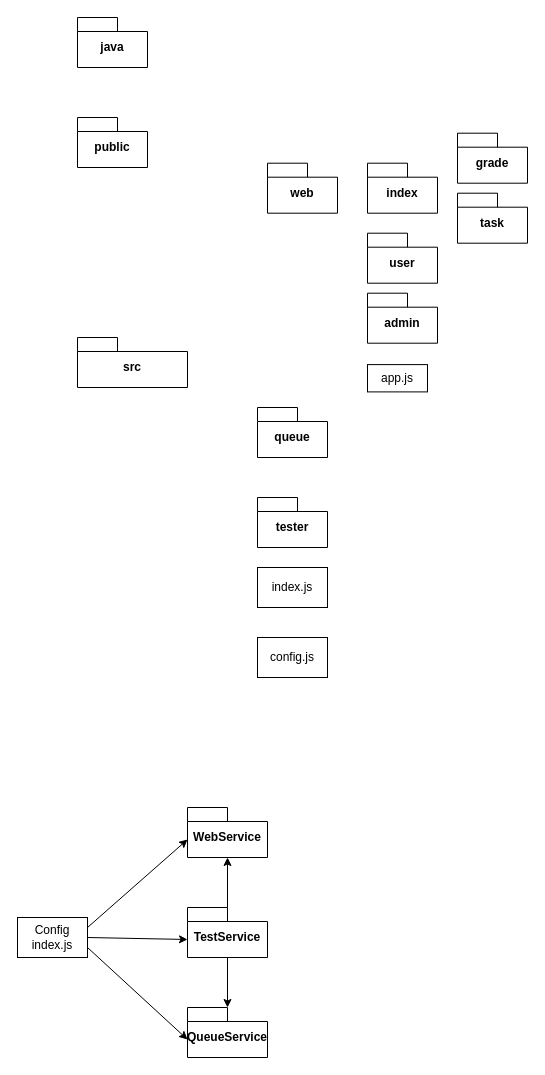
This is docs/diagrams/app.drawio from Plebicek/CodeTester, a draw.io file, before an edit. Source tidied: cells renumbered, new cells numbered last; positions are measured from the earlier drawing's top-left corner, leaving out a move shared by most shapes. Both pictures are drawn from the tidied source at 100%, with x=0, y=0 at pixel (17, 17).
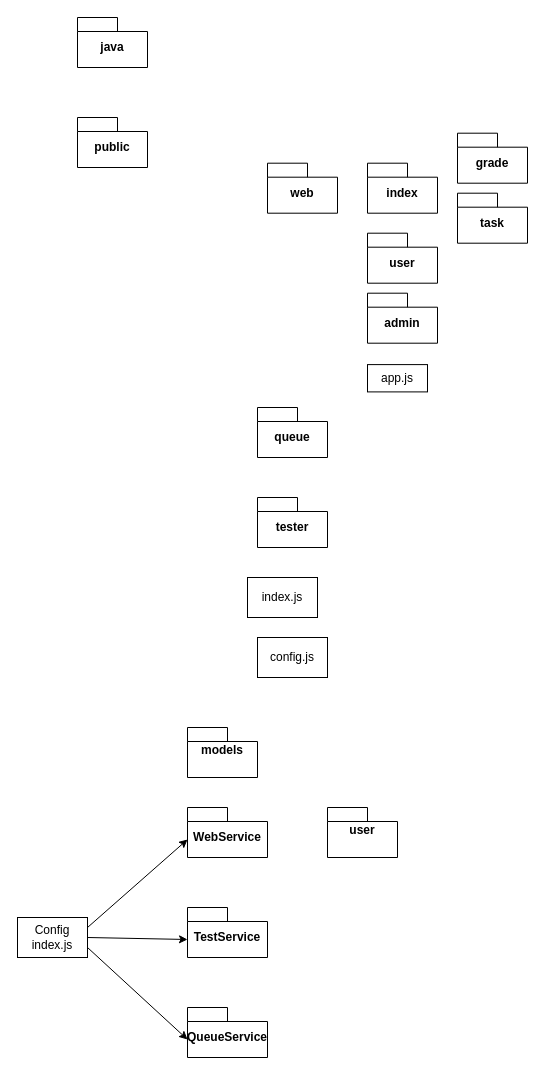
After the change.

The change refers to these unchanged cells:
```xml
<mxCell id="5" value="TestService" style="shape=folder;fontStyle=1;spacingTop=10;tabWidth=40;tabHeight=14;tabPosition=left;html=1;whiteSpace=wrap;" parent="1" vertex="1">
  <mxGeometry x="170" y="890" width="80" height="50" as="geometry" />
</mxCell>
<mxCell id="18" value="WebService" style="shape=folder;fontStyle=1;spacingTop=10;tabWidth=40;tabHeight=14;tabPosition=left;html=1;whiteSpace=wrap;" parent="1" vertex="1">
  <mxGeometry x="170" y="790" width="80" height="50" as="geometry" />
</mxCell>
<mxCell id="21" value="QueueService" style="shape=folder;fontStyle=1;spacingTop=10;tabWidth=40;tabHeight=14;tabPosition=left;html=1;whiteSpace=wrap;" parent="1" vertex="1">
  <mxGeometry x="170" y="990" width="80" height="50" as="geometry" />
</mxCell>
```

Change to the diagram source:
```diff
@@
-    <mxCell id="2" value="src" style="shape=folder;fontStyle=1;spacingTop=10;tabWidth=40;tabHeight=14;tabPosition=left;html=1;whiteSpace=wrap;" parent="1" vertex="1">
-      <mxGeometry x="60" y="320" width="110" height="50" as="geometry" />
-    </mxCell>
@@
     <mxCell id="7" value="index.js" style="html=1;whiteSpace=wrap;" parent="1" vertex="1">
-      <mxGeometry x="240" y="550" width="70" height="40" as="geometry" />
+      <mxGeometry x="230" y="560" width="70" height="40" as="geometry" />
     </mxCell>
@@
-    <mxCell id="22" style="edgeStyle=orthogonalEdgeStyle;rounded=0;jettySize=auto;html=1;exitX=0;exitY=0;exitDx=40;exitDy=0;exitPerimeter=0;entryX=0.5;entryY=1;entryDx=0;entryDy=0;entryPerimeter=0;" parent="1" edge="1" source="5" target="18">
-      <mxGeometry relative="1" as="geometry" />
-    </mxCell>
-    <mxCell id="23" style="edgeStyle=orthogonalEdgeStyle;rounded=0;jettySize=auto;html=1;exitX=0.5;exitY=1;exitDx=0;exitDy=0;exitPerimeter=0;entryX=0;entryY=0;entryDx=40;entryDy=0;entryPerimeter=0;" parent="1" edge="1" source="5" target="21">
-      <mxGeometry relative="1" as="geometry" />
-    </mxCell>
@@
+    <mxCell id="25" value="models&lt;div&gt;&lt;br&gt;&lt;/div&gt;" style="shape=folder;fontStyle=1;spacingTop=10;tabWidth=40;tabHeight=14;tabPosition=left;html=1;whiteSpace=wrap;" parent="1" vertex="1">
+      <mxGeometry x="170" y="710" width="70" height="50" as="geometry" />
+    </mxCell>
+    <mxCell id="26" value="user&lt;div&gt;&lt;br&gt;&lt;/div&gt;" style="shape=folder;fontStyle=1;spacingTop=10;tabWidth=40;tabHeight=14;tabPosition=left;html=1;whiteSpace=wrap;" parent="1" vertex="1">
+      <mxGeometry x="310" y="790" width="70" height="50" as="geometry" />
+    </mxCell>
```
